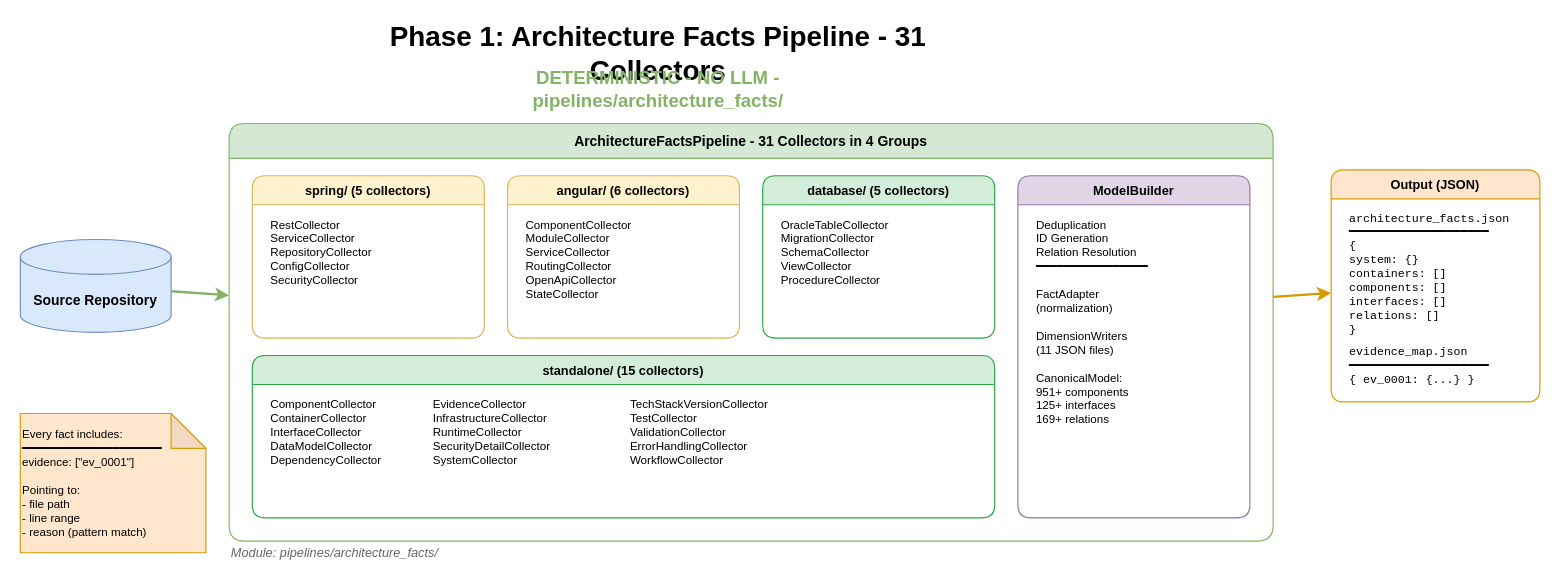
This is docs/diagrams/collectors.drawio from aymenmastouri/aicodegencrew, a draw.io file, before an edit. Source tidied: cells renumbered, new cells numbered last; positions are measured from the earlier drawing's top-left corner, leaving out a move shared by most shapes. Both pictures are drawn from the tidied source at 116%, with x=0, y=0 at pixel (20, 30).
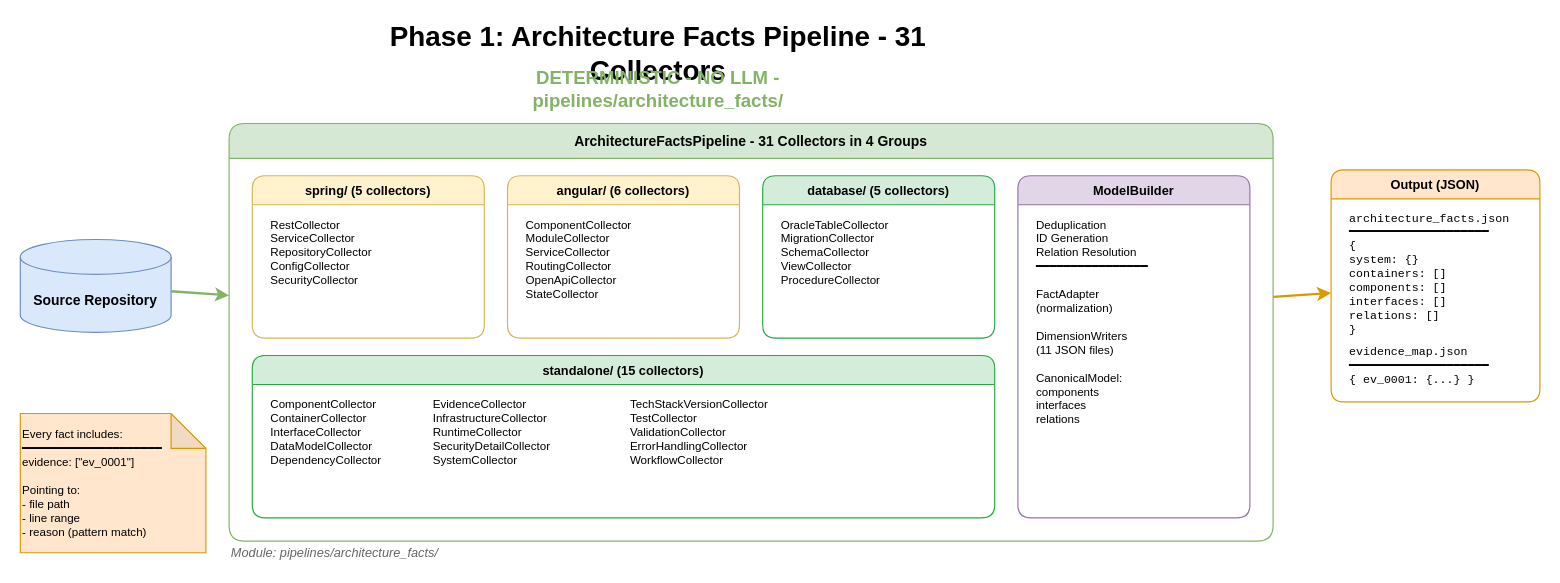
The same diagram, later.

The change refers to these unchanged cells:
```xml
<mxCell id="16" value="ModelBuilder" style="swimlane;horizontal=1;startSize=25;fillColor=#e1d5e7;strokeColor=#9673a6;rounded=1;fontSize=11;" parent="5" vertex="1">
  <mxGeometry x="680" y="45" width="200" height="295" as="geometry" />
</mxCell>
```

Change to the diagram source:
```diff
@@
-    <mxCell id="17" value="Deduplication&#10;ID Generation&#10;Relation Resolution&#10;━━━━━━━━━━━━━━━━&#10;&#10;FactAdapter&#10;  (normalization)&#10;&#10;DimensionWriters&#10;  (11 JSON files)&#10;&#10;CanonicalModel:&#10;  951+ components&#10;  125+ interfaces&#10;  169+ relations" style="text;html=1;strokeColor=none;fillColor=none;align=left;verticalAlign=top;spacingLeft=4;fontSize=10;" parent="16" vertex="1">
+    <mxCell id="17" value="Deduplication&#10;ID Generation&#10;Relation Resolution&#10;━━━━━━━━━━━━━━━━&#10;&#10;FactAdapter&#10;  (normalization)&#10;&#10;DimensionWriters&#10;  (11 JSON files)&#10;&#10;CanonicalModel:&#10;  components&#10;  interfaces&#10;  relations" style="text;html=1;strokeColor=none;fillColor=none;align=left;verticalAlign=top;spacingLeft=4;fontSize=10;" parent="16" vertex="1">
       <mxGeometry x="10" y="30" width="180" height="250" as="geometry" />
     </mxCell>
```
